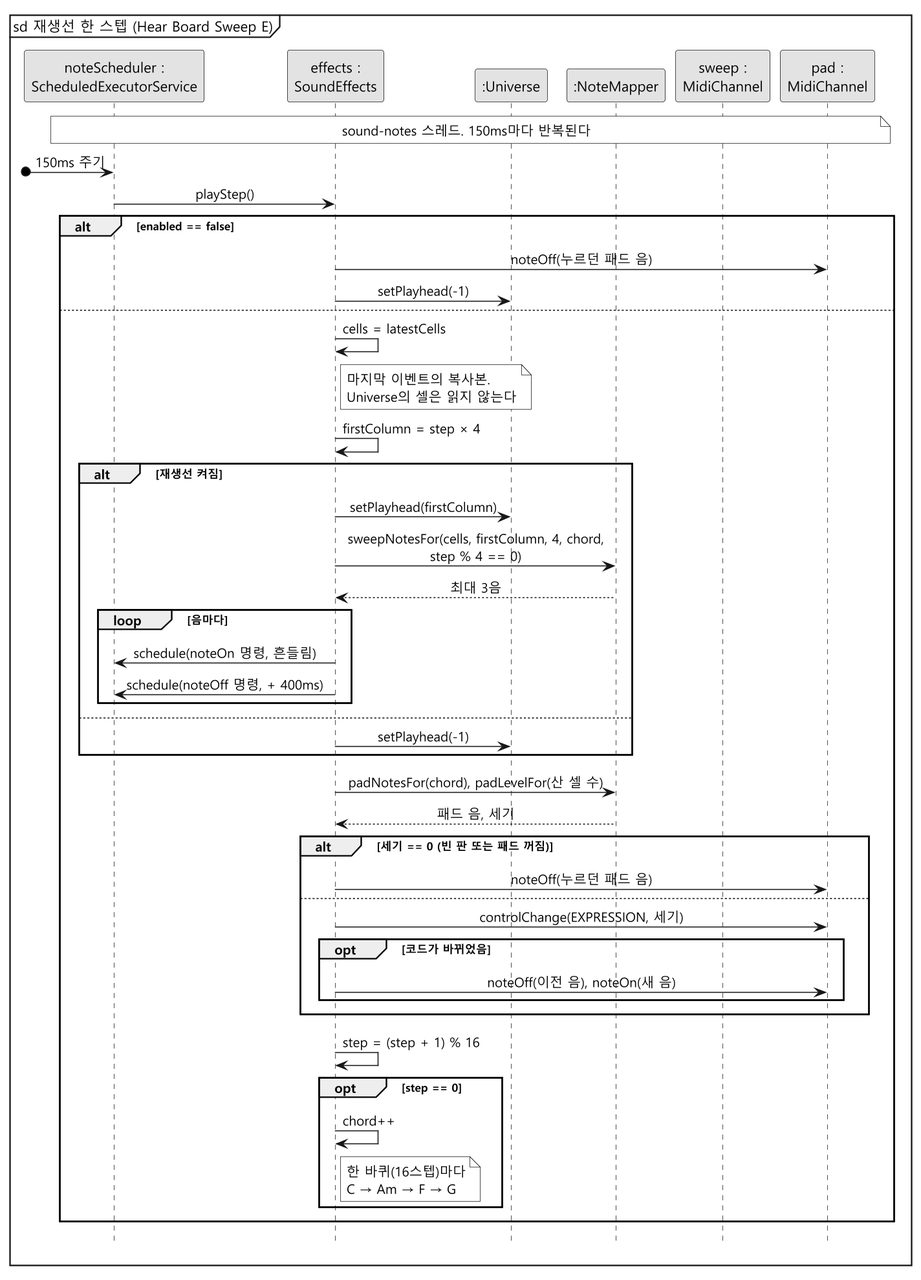
The PlantUML diagram docs/sound-effects/diagram/sd-sweep.png in mckimR1972/DP_team_project, before a commit. The source it was exported from:
```plantuml
@startuml sd-sweep
skinparam monochrome true
skinparam dpi 150
skinparam shadowing false
skinparam defaultFontName "Malgun Gothic"
skinparam sequenceMessageAlign center
hide footbox
mainframe sd 재생선 한 스텝 (Hear Board Sweep E)

participant "noteScheduler :\nScheduledExecutorService" as Q
participant "effects :\nSoundEffects" as S
participant ":Universe" as U
participant ":NoteMapper" as NM
participant "sweep :\nMidiChannel" as SW
participant "pad :\nMidiChannel" as P

note over Q, P : sound-notes 스레드. 150ms마다 반복된다

[o-> Q : 150ms 주기
Q -> S : playStep()

alt enabled == false
  S -> P : noteOff(누르던 패드 음)
  S -> U : setPlayhead(-1)
else
  S -> S : cells = latestCells
  note right of S : 마지막 이벤트의 복사본.\nUniverse의 셀은 읽지 않는다
  S -> S : firstColumn = step × 4

  alt 재생선 켜짐
    S -> U : setPlayhead(firstColumn)
    S -> NM : sweepNotesFor(cells, firstColumn, 4, chord,\nstep % 4 == 0)
    NM --> S : 최대 3음
    loop 음마다
      S -> Q : schedule(noteOn 명령, 흔들림)
      S -> Q : schedule(noteOff 명령, + 400ms)
    end
  else
    S -> U : setPlayhead(-1)
  end

  S -> NM : padNotesFor(chord), padLevelFor(산 셀 수)
  NM --> S : 패드 음, 세기
  alt 세기 == 0 (빈 판 또는 패드 꺼짐)
    S -> P : noteOff(누르던 패드 음)
  else
    S -> P : controlChange(EXPRESSION, 세기)
    opt 코드가 바뀌었음
      S -> P : noteOff(이전 음), noteOn(새 음)
    end
  end

  S -> S : step = (step + 1) % 16
  opt step == 0
    S -> S : chord++
    note right of S : 한 바퀴(16스텝)마다\nC → Am → F → G
  end
end
@enduml
```
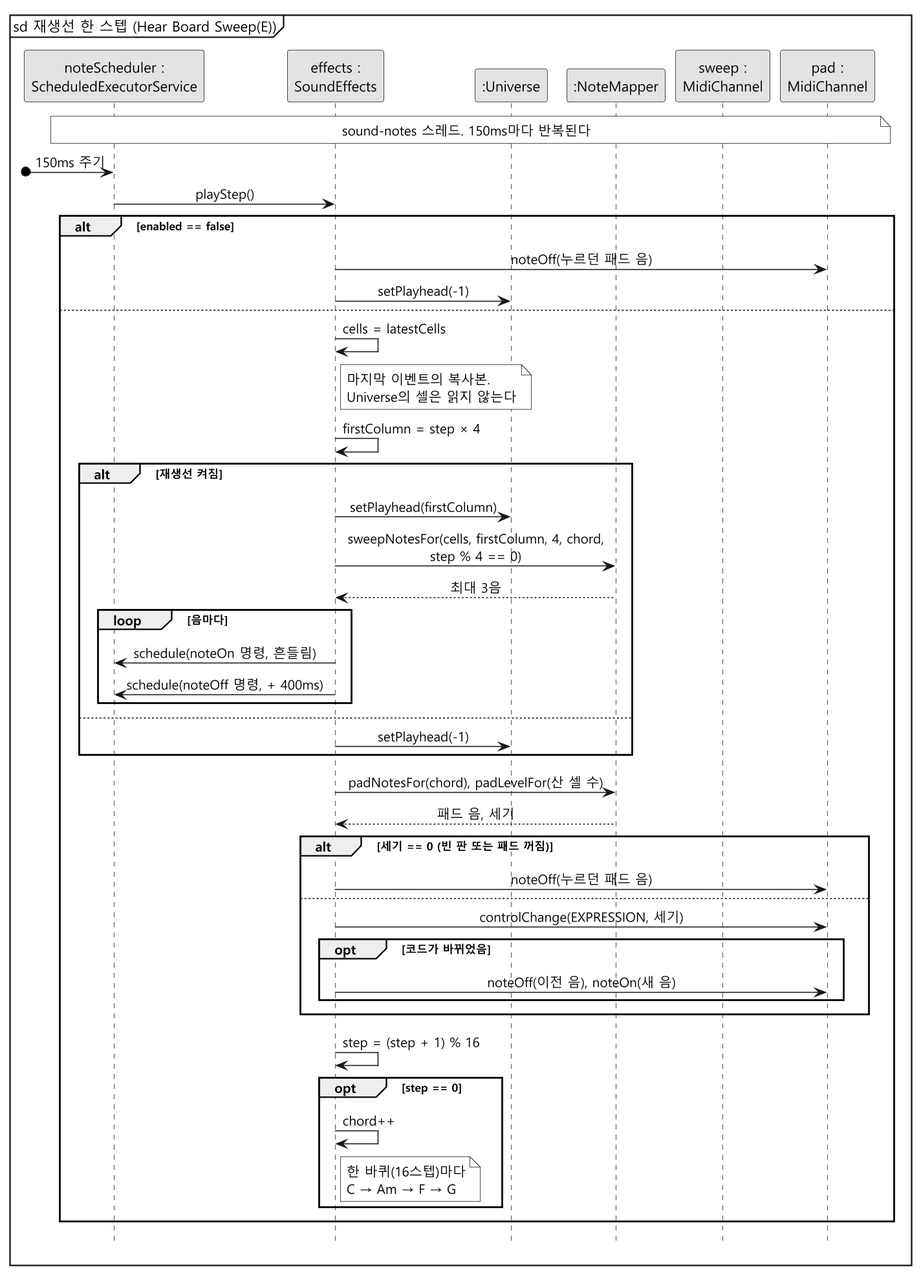
The same file after the commit.

Change to the diagram source:
```diff
@@ -5,7 +5,7 @@
 skinparam defaultFontName "Malgun Gothic"
 skinparam sequenceMessageAlign center
 hide footbox
-mainframe sd 재생선 한 스텝 (Hear Board Sweep E)
+mainframe sd 재생선 한 스텝 (Hear Board Sweep(E))
 
 participant "noteScheduler :\nScheduledExecutorService" as Q
 participant "effects :\nSoundEffects" as S
```
